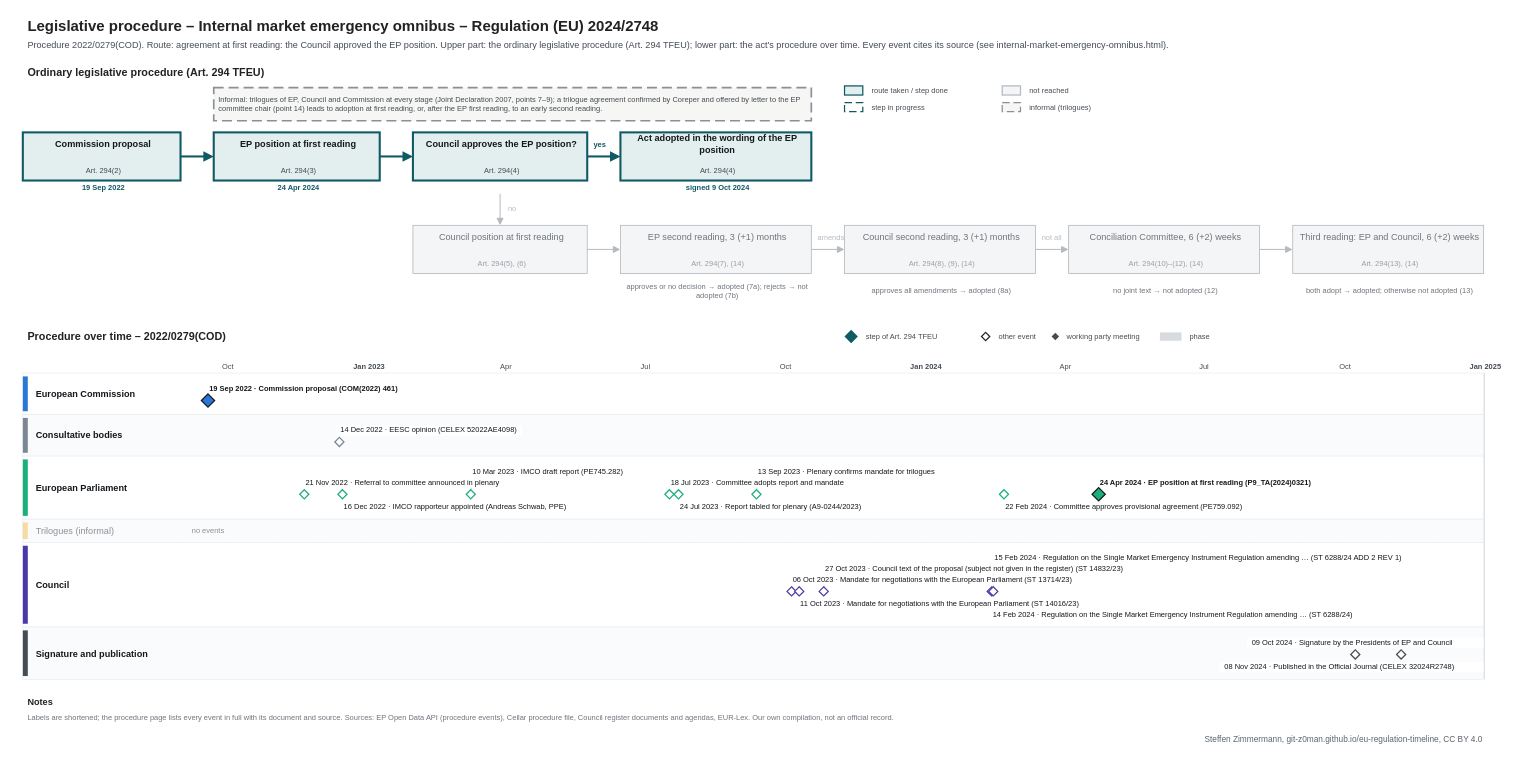
git-z0man/eu-regulation-timeline keeps this draw.io diagram as procedures/internal-market-emergency-omnibus.drawio. Above is the earlier version. Source tidied: cells renumbered, new cells numbered last; positions are measured from the earlier drawing's top-left corner, leaving out a move shared by most shapes. Both pictures are drawn from the tidied source at 83%, with x=0, y=0 at pixel (14, 14).
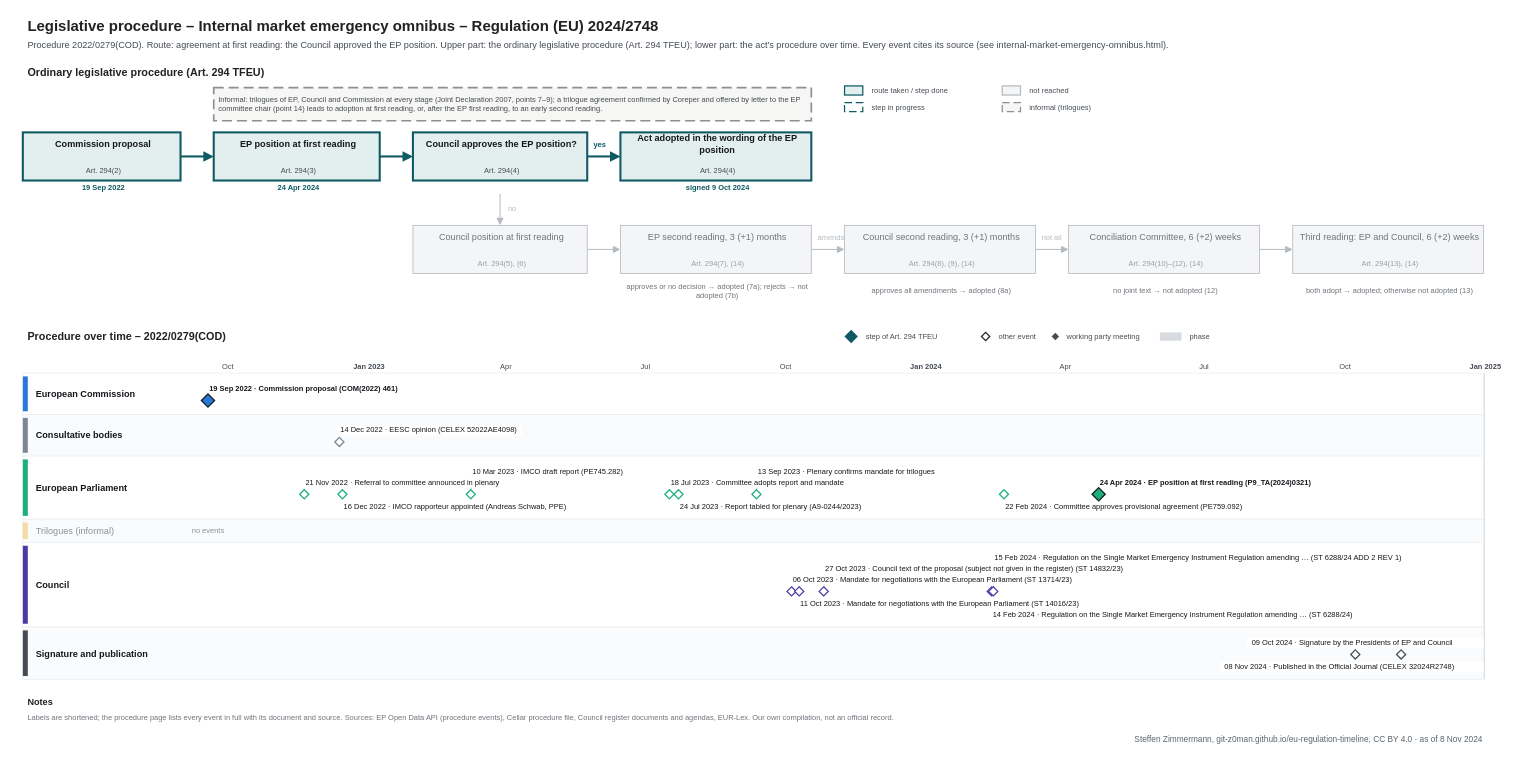
The same page after the edit.

The edit, as a diff of the source:
```diff
@@
-    <mxCell id="169" value="Steffen Zimmermann, git-z0man.github.io/eu-regulation-timeline, CC BY 4.0" style="text;html=1;fontSize=10;fontColor=#5b646b;align=right;verticalAlign=middle;spacingLeft=4;" parent="1" vertex="1">
+    <mxCell id="169" value="Steffen Zimmermann, git-z0man.github.io/eu-regulation-timeline, CC BY 4.0 · as of 8 Nov 2024" style="text;html=1;fontSize=10;fontColor=#5b646b;align=right;verticalAlign=middle;spacingLeft=4;" parent="1" vertex="1">
       <mxGeometry x="10" y="865" width="1760" height="16" as="geometry" />
     </mxCell>
```
